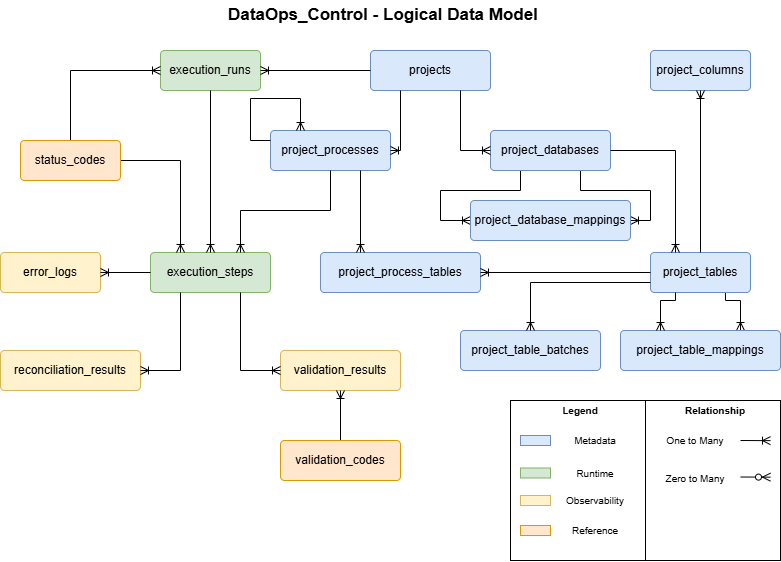
Above: on_premise/DataOps_Control/docs/img/logical_data_model_DataOps_Control.png in WilderJoseth/data-engineering-projects (draw.io), before the change. Source tidied: cells renumbered, new cells last; positions are measured from the earlier drawing's top-left corner, leaving out a move shared by most shapes.
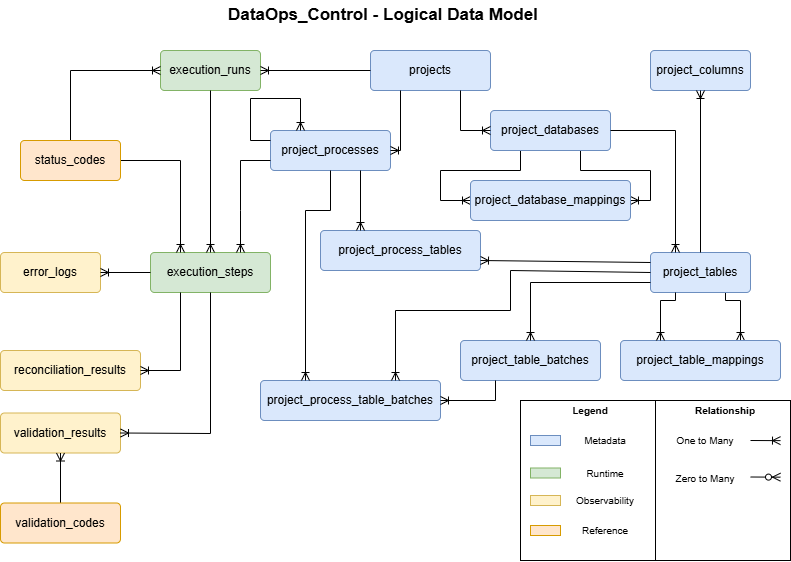
Above is the later version.

Diff of the diagram source:
```diff
@@ -3,7 +3,7 @@
     <mxCell id="0" />
     <mxCell id="1" parent="0" />
     <mxCell id="2" style="rounded=0;whiteSpace=wrap;html=1;gradientColor=none;fillColor=none;labelPosition=center;verticalLabelPosition=top;align=center;verticalAlign=bottom;fontStyle=1;" parent="1" vertex="1">
-      <mxGeometry x="510" y="400" width="270" height="160" as="geometry" />
+      <mxGeometry x="520" y="400" width="270" height="160" as="geometry" />
     </mxCell>
     <mxCell id="3" value="projects" style="rounded=1;arcSize=10;whiteSpace=wrap;html=1;align=center;fillColor=#dae8fc;strokeColor=#6c8ebf;" parent="1" vertex="1">
       <mxGeometry x="370" y="50" width="120" height="40" as="geometry" />
@@ -11,23 +11,23 @@
     <mxCell id="4" style="edgeStyle=orthogonalEdgeStyle;rounded=0;jettySize=auto;html=1;entryX=1;entryY=0.5;entryDx=0;entryDy=0;endArrow=ERoneToMany;endFill=0;exitX=0.75;exitY=1;exitDx=0;exitDy=0;" parent="1" edge="1" source="6" target="43">
       <mxGeometry relative="1" as="geometry">
         <Array as="points">
-          <mxPoint x="580" y="190" />
-          <mxPoint x="650" y="190" />
-          <mxPoint x="650" y="220" />
+          <mxPoint x="580" y="170" />
+          <mxPoint x="650" y="170" />
+          <mxPoint x="650" y="200" />
         </Array>
       </mxGeometry>
     </mxCell>
     <mxCell id="5" style="edgeStyle=orthogonalEdgeStyle;rounded=0;jettySize=auto;html=1;entryX=0;entryY=0.5;entryDx=0;entryDy=0;exitX=0.25;exitY=1;exitDx=0;exitDy=0;endArrow=ERoneToMany;endFill=0;" parent="1" edge="1" source="6" target="43">
       <mxGeometry relative="1" as="geometry">
         <Array as="points">
-          <mxPoint x="520" y="190" />
-          <mxPoint x="440" y="190" />
-          <mxPoint x="440" y="220" />
+          <mxPoint x="520" y="170" />
+          <mxPoint x="440" y="170" />
+          <mxPoint x="440" y="200" />
         </Array>
       </mxGeometry>
     </mxCell>
     <mxCell id="6" value="project_databases" style="rounded=1;arcSize=10;whiteSpace=wrap;html=1;align=center;fillColor=#dae8fc;strokeColor=#6c8ebf;" parent="1" vertex="1">
-      <mxGeometry x="490" y="130" width="120" height="40" as="geometry" />
+      <mxGeometry x="490" y="110" width="120" height="40" as="geometry" />
     </mxCell>
     <mxCell id="7" style="edgeStyle=orthogonalEdgeStyle;rounded=0;jettySize=auto;html=1;entryX=0.75;entryY=0;entryDx=0;entryDy=0;endArrow=ERoneToMany;endFill=0;exitX=0.75;exitY=1;exitDx=0;exitDy=0;" parent="1" edge="1" source="8" target="46">
       <mxGeometry relative="1" as="geometry">
@@ -50,46 +50,46 @@
       <mxGeometry x="216" width="334" height="30" as="geometry" />
     </mxCell>
     <mxCell id="12" style="rounded=0;whiteSpace=wrap;html=1;fillColor=#dae8fc;strokeColor=#6c8ebf;" parent="1" vertex="1">
-      <mxGeometry x="520" y="435" width="30" height="10" as="geometry" />
+      <mxGeometry x="530" y="435" width="30" height="10" as="geometry" />
     </mxCell>
     <mxCell id="13" style="rounded=0;whiteSpace=wrap;html=1;fillColor=#d5e8d4;strokeColor=#82b366;" parent="1" vertex="1">
-      <mxGeometry x="520" y="467.5" width="30" height="10" as="geometry" />
+      <mxGeometry x="530" y="467.5" width="30" height="10" as="geometry" />
     </mxCell>
     <mxCell id="14" value="Metadata" style="text;html=1;whiteSpace=wrap;strokeColor=none;fillColor=none;align=center;verticalAlign=middle;rounded=0;fontSize=10;" parent="1" vertex="1">
-      <mxGeometry x="560" y="430" width="70" height="20" as="geometry" />
+      <mxGeometry x="570" y="430" width="70" height="20" as="geometry" />
     </mxCell>
     <mxCell id="15" value="Runtime" style="text;html=1;whiteSpace=wrap;strokeColor=none;fillColor=none;align=center;verticalAlign=middle;rounded=0;fontSize=10;" parent="1" vertex="1">
-      <mxGeometry x="560" y="462.5" width="70" height="20" as="geometry" />
+      <mxGeometry x="570" y="462.5" width="70" height="20" as="geometry" />
     </mxCell>
     <mxCell id="16" style="fontSize=12;html=1;endArrow=ERoneToMany;rounded=0;exitX=0;exitY=0.5;exitDx=0;exitDy=0;" parent="1" edge="1">
       <mxGeometry relative="1" as="geometry">
-        <mxPoint x="740" y="440" as="sourcePoint" />
-        <mxPoint x="770" y="440.1" as="targetPoint" />
+        <mxPoint x="750" y="440" as="sourcePoint" />
+        <mxPoint x="780" y="440.1" as="targetPoint" />
       </mxGeometry>
     </mxCell>
     <mxCell id="17" value="One to Many" style="text;html=1;whiteSpace=wrap;strokeColor=none;fillColor=none;align=center;verticalAlign=middle;rounded=0;fontSize=10;" parent="1" vertex="1">
-      <mxGeometry x="660" y="430" width="70" height="20" as="geometry" />
+      <mxGeometry x="670" y="430" width="70" height="20" as="geometry" />
     </mxCell>
     <mxCell id="18" style="endArrow=none;html=1;rounded=0;entryX=0.5;entryY=0;entryDx=0;entryDy=0;exitX=0.5;exitY=1;exitDx=0;exitDy=0;" parent="1" edge="1" source="2" target="2">
       <mxGeometry relative="1" as="geometry" />
     </mxCell>
     <mxCell id="19" value="Legend" style="text;html=1;whiteSpace=wrap;strokeColor=none;fillColor=none;align=center;verticalAlign=middle;rounded=0;fontSize=10;fontStyle=1;" parent="1" vertex="1">
-      <mxGeometry x="545" y="400" width="70" height="20" as="geometry" />
+      <mxGeometry x="555" y="400" width="70" height="20" as="geometry" />
     </mxCell>
     <mxCell id="20" value="Relationship" style="text;html=1;whiteSpace=wrap;strokeColor=none;fillColor=none;align=center;verticalAlign=middle;rounded=0;fontSize=10;fontStyle=1;" parent="1" vertex="1">
-      <mxGeometry x="680" y="400" width="70" height="20" as="geometry" />
+      <mxGeometry x="690" y="400" width="70" height="20" as="geometry" />
     </mxCell>
     <mxCell id="21" style="fontSize=12;html=1;endArrow=ERoneToMany;rounded=0;exitX=0.75;exitY=1;exitDx=0;exitDy=0;entryX=0;entryY=0.5;entryDx=0;entryDy=0;" parent="1" edge="1" source="3" target="6">
       <mxGeometry relative="1" as="geometry">
         <Array as="points">
-          <mxPoint x="460" y="150" />
+          <mxPoint x="460" y="130" />
         </Array>
       </mxGeometry>
     </mxCell>
     <mxCell id="22" style="fontSize=12;html=1;endArrow=ERoneToMany;rounded=0;exitX=1;exitY=0.5;exitDx=0;exitDy=0;entryX=0.25;entryY=0;entryDx=0;entryDy=0;" parent="1" edge="1" source="6" target="8">
       <mxGeometry relative="1" as="geometry">
         <Array as="points">
-          <mxPoint x="675" y="150" />
+          <mxPoint x="675" y="130" />
         </Array>
       </mxGeometry>
     </mxCell>
@@ -100,7 +100,7 @@
       <mxGeometry relative="1" as="geometry" />
     </mxCell>
     <mxCell id="25" value="validation_results" style="rounded=1;arcSize=10;whiteSpace=wrap;html=1;align=center;fillColor=#fff2cc;strokeColor=#d6b656;" parent="1" vertex="1">
-      <mxGeometry x="280" y="350" width="120" height="40" as="geometry" />
+      <mxGeometry y="412.5" width="120" height="40" as="geometry" />
     </mxCell>
     <mxCell id="26" value="error_logs" style="rounded=1;arcSize=10;whiteSpace=wrap;html=1;align=center;fillColor=#fff2cc;strokeColor=#d6b656;" parent="1" vertex="1">
       <mxGeometry y="252" width="100" height="40" as="geometry" />
@@ -109,13 +109,13 @@
       <mxGeometry y="350" width="140" height="40" as="geometry" />
     </mxCell>
     <mxCell id="28" style="rounded=0;whiteSpace=wrap;html=1;fillColor=#fff2cc;strokeColor=#d6b656;" parent="1" vertex="1">
-      <mxGeometry x="520" y="495" width="30" height="10" as="geometry" />
+      <mxGeometry x="530" y="495" width="30" height="10" as="geometry" />
     </mxCell>
     <mxCell id="29" value="Observability" style="text;html=1;whiteSpace=wrap;strokeColor=none;fillColor=none;align=center;verticalAlign=middle;rounded=0;fontSize=10;" parent="1" vertex="1">
-      <mxGeometry x="560" y="490" width="70" height="20" as="geometry" />
+      <mxGeometry x="570" y="490" width="70" height="20" as="geometry" />
     </mxCell>
     <mxCell id="30" value="project_table_batches" style="rounded=1;arcSize=10;whiteSpace=wrap;html=1;align=center;fillColor=#dae8fc;strokeColor=#6c8ebf;" parent="1" vertex="1">
-      <mxGeometry x="460" y="330" width="140" height="40" as="geometry" />
+      <mxGeometry x="460" y="340" width="140" height="40" as="geometry" />
     </mxCell>
     <mxCell id="31" style="fontSize=12;html=1;endArrow=ERoneToMany;rounded=0;exitX=0;exitY=0.75;exitDx=0;exitDy=0;entryX=0.5;entryY=0;entryDx=0;entryDy=0;" parent="1" edge="1" source="8" target="30">
       <mxGeometry relative="1" as="geometry">
@@ -134,21 +134,21 @@
         </Array>
       </mxGeometry>
     </mxCell>
-    <mxCell id="34" style="fontSize=12;html=1;endArrow=ERoneToMany;rounded=0;exitX=0.5;exitY=1;exitDx=0;exitDy=0;entryX=0.75;entryY=0;entryDx=0;entryDy=0;" parent="1" edge="1" source="32" target="10">
+    <mxCell id="34" style="fontSize=12;html=1;endArrow=ERoneToMany;rounded=0;exitX=0;exitY=0.75;exitDx=0;exitDy=0;entryX=0.75;entryY=0;entryDx=0;entryDy=0;" parent="1" edge="1" source="32" target="10">
       <mxGeometry relative="1" as="geometry">
         <Array as="points">
-          <mxPoint x="330" y="210" />
+          <mxPoint x="240" y="160" />
           <mxPoint x="240" y="210" />
         </Array>
       </mxGeometry>
     </mxCell>
     <mxCell id="35" value="Zero to Many" style="text;html=1;whiteSpace=wrap;strokeColor=none;fillColor=none;align=center;verticalAlign=middle;rounded=0;fontSize=10;" parent="1" vertex="1">
-      <mxGeometry x="660" y="467.5" width="70" height="20" as="geometry" />
+      <mxGeometry x="670" y="467.5" width="70" height="20" as="geometry" />
     </mxCell>
     <mxCell id="36" style="fontSize=12;html=1;endArrow=ERzeroToMany;endFill=1;rounded=0;entryX=0.5;entryY=0;entryDx=0;entryDy=0;" parent="1" edge="1">
       <mxGeometry relative="1" as="geometry">
-        <mxPoint x="740" y="476.5" as="sourcePoint" />
-        <mxPoint x="770" y="476.7" as="targetPoint" />
+        <mxPoint x="750" y="476.5" as="sourcePoint" />
+        <mxPoint x="780" y="476.7" as="targetPoint" />
       </mxGeometry>
     </mxCell>
     <mxCell id="37" style="fontSize=12;html=1;endArrow=ERoneToMany;rounded=0;exitX=0;exitY=0.5;exitDx=0;exitDy=0;entryX=1;entryY=0.5;entryDx=0;entryDy=0;" parent="1" edge="1" source="10" target="26">
@@ -161,10 +161,10 @@
         </Array>
       </mxGeometry>
     </mxCell>
-    <mxCell id="39" style="fontSize=12;html=1;endArrow=ERoneToMany;rounded=0;exitX=0.75;exitY=1;exitDx=0;exitDy=0;entryX=0;entryY=0.5;entryDx=0;entryDy=0;" parent="1" edge="1" source="10" target="25">
+    <mxCell id="39" style="fontSize=12;html=1;endArrow=ERoneToMany;rounded=0;exitX=0.5;exitY=1;exitDx=0;exitDy=0;entryX=1;entryY=0.5;entryDx=0;entryDy=0;" parent="1" edge="1" source="10" target="25">
       <mxGeometry relative="1" as="geometry">
         <Array as="points">
-          <mxPoint x="240" y="370" />
+          <mxPoint x="210" y="433" />
         </Array>
       </mxGeometry>
     </mxCell>
@@ -186,16 +186,16 @@
       </mxGeometry>
     </mxCell>
     <mxCell id="43" value="project_database_mappings" style="rounded=1;arcSize=10;whiteSpace=wrap;html=1;align=center;fillColor=#dae8fc;strokeColor=#6c8ebf;" parent="1" vertex="1">
-      <mxGeometry x="470" y="200" width="160" height="40" as="geometry" />
+      <mxGeometry x="470" y="180" width="160" height="40" as="geometry" />
     </mxCell>
     <mxCell id="44" style="rounded=0;whiteSpace=wrap;html=1;fillColor=#ffe6cc;strokeColor=#d79b00;" parent="1" vertex="1">
-      <mxGeometry x="520" y="525" width="30" height="10" as="geometry" />
+      <mxGeometry x="530" y="525" width="30" height="10" as="geometry" />
     </mxCell>
     <mxCell id="45" value="Reference" style="text;html=1;whiteSpace=wrap;strokeColor=none;fillColor=none;align=center;verticalAlign=middle;rounded=0;fontSize=10;" parent="1" vertex="1">
-      <mxGeometry x="560" y="520" width="70" height="20" as="geometry" />
+      <mxGeometry x="570" y="520" width="70" height="20" as="geometry" />
     </mxCell>
     <mxCell id="46" value="project_table_mappings" style="rounded=1;arcSize=10;whiteSpace=wrap;html=1;align=center;fillColor=#dae8fc;strokeColor=#6c8ebf;" parent="1" vertex="1">
-      <mxGeometry x="620" y="330" width="160" height="40" as="geometry" />
+      <mxGeometry x="620" y="340" width="160" height="40" as="geometry" />
     </mxCell>
     <mxCell id="47" style="edgeStyle=orthogonalEdgeStyle;rounded=0;jettySize=auto;html=1;entryX=0.25;entryY=0;entryDx=0;entryDy=0;endArrow=ERoneToMany;endFill=0;exitX=0.25;exitY=1;exitDx=0;exitDy=0;" parent="1" edge="1" source="8" target="46">
       <mxGeometry relative="1" as="geometry">
@@ -206,9 +206,9 @@
       </mxGeometry>
     </mxCell>
     <mxCell id="48" value="project_process_tables" style="rounded=1;arcSize=10;whiteSpace=wrap;html=1;align=center;fillColor=#dae8fc;strokeColor=#6c8ebf;" parent="1" vertex="1">
-      <mxGeometry x="320" y="252" width="160" height="40" as="geometry" />
+      <mxGeometry x="320" y="230" width="160" height="40" as="geometry" />
     </mxCell>
-    <mxCell id="49" style="fontSize=12;html=1;endArrow=ERoneToMany;rounded=0;exitX=0;exitY=0.5;exitDx=0;exitDy=0;entryX=1;entryY=0.5;entryDx=0;entryDy=0;" parent="1" edge="1" source="8" target="48">
+    <mxCell id="49" style="fontSize=12;html=1;endArrow=ERoneToMany;rounded=0;exitX=0;exitY=0.25;exitDx=0;exitDy=0;entryX=1;entryY=0.75;entryDx=0;entryDy=0;" parent="1" edge="1" source="8" target="48">
       <mxGeometry relative="1" as="geometry" />
     </mxCell>
     <mxCell id="50" style="fontSize=12;html=1;endArrow=ERoneToMany;rounded=0;exitX=0.75;exitY=1;exitDx=0;exitDy=0;entryX=0.25;entryY=0;entryDx=0;entryDy=0;" parent="1" edge="1" source="32" target="48">
@@ -218,7 +218,7 @@
       <mxGeometry relative="1" as="geometry" />
     </mxCell>
     <mxCell id="52" value="validation_codes" style="rounded=1;arcSize=10;whiteSpace=wrap;html=1;align=center;fillColor=#ffe6cc;strokeColor=#d79b00;" parent="1" vertex="1">
-      <mxGeometry x="280" y="440" width="120" height="40" as="geometry" />
+      <mxGeometry y="502.5" width="120" height="40" as="geometry" />
     </mxCell>
     <mxCell id="53" style="edgeStyle=orthogonalEdgeStyle;rounded=0;jettySize=auto;html=1;entryX=0;entryY=0.5;entryDx=0;entryDy=0;exitX=0.5;exitY=0;exitDx=0;exitDy=0;endArrow=ERoneToMany;endFill=0;" parent="1" edge="1" source="55" target="9">
       <mxGeometry relative="1" as="geometry" />
@@ -229,5 +229,32 @@
     <mxCell id="55" value="status_codes" style="rounded=1;arcSize=10;whiteSpace=wrap;html=1;align=center;fillColor=#ffe6cc;strokeColor=#d79b00;" parent="1" vertex="1">
       <mxGeometry x="20" y="140" width="100" height="40" as="geometry" />
     </mxCell>
+    <mxCell id="56" value="project_process_table_batches" style="rounded=1;arcSize=10;whiteSpace=wrap;html=1;align=center;fillColor=#dae8fc;strokeColor=#6c8ebf;" parent="1" vertex="1">
+      <mxGeometry x="260" y="380" width="180" height="40" as="geometry" />
+    </mxCell>
+    <mxCell id="57" style="fontSize=12;html=1;endArrow=ERoneToMany;rounded=0;exitX=0.5;exitY=1;exitDx=0;exitDy=0;entryX=0.25;entryY=0;entryDx=0;entryDy=0;" parent="1" edge="1" source="32" target="56">
+      <mxGeometry relative="1" as="geometry">
+        <Array as="points">
+          <mxPoint x="330" y="210" />
+          <mxPoint x="305" y="210" />
+        </Array>
+      </mxGeometry>
+    </mxCell>
+    <mxCell id="58" style="fontSize=12;html=1;endArrow=ERoneToMany;rounded=0;exitX=0.25;exitY=1;exitDx=0;exitDy=0;entryX=1;entryY=0.5;entryDx=0;entryDy=0;" parent="1" edge="1" source="30" target="56">
+      <mxGeometry relative="1" as="geometry">
+        <Array as="points">
+          <mxPoint x="495" y="400" />
+        </Array>
+      </mxGeometry>
+    </mxCell>
+    <mxCell id="59" style="fontSize=12;html=1;endArrow=ERoneToMany;rounded=0;exitX=0;exitY=0.5;exitDx=0;exitDy=0;entryX=0.75;entryY=0;entryDx=0;entryDy=0;" parent="1" edge="1" source="8" target="56">
+      <mxGeometry relative="1" as="geometry">
+        <Array as="points">
+          <mxPoint x="510" y="270" />
+          <mxPoint x="510" y="310" />
+          <mxPoint x="395" y="310" />
+        </Array>
+      </mxGeometry>
+    </mxCell>
   </root>
 </mxGraphModel>
```
